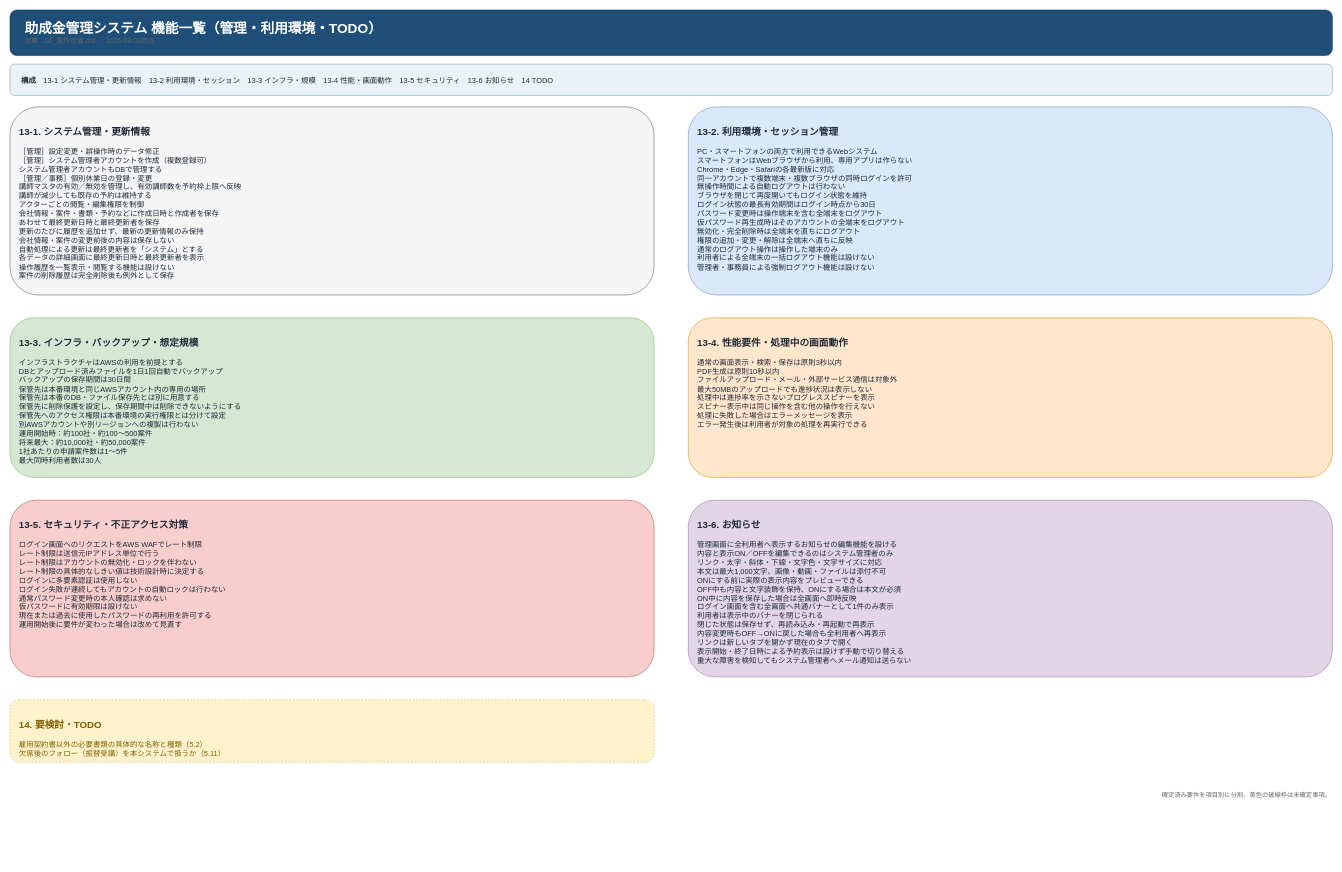
The draw.io diagram page "管理・利用環境・TODO" (2 of 2) of docs/設計/02_機能一覧.drawio in yokumura-buzzmedia/grant-management, before the edit. Source tidied: cells renumbered, new cells numbered last; positions are measured from the earlier drawing's top-left corner, leaving out a move shared by most shapes. Both pictures are drawn from the tidied source at 57%, with x=0, y=0 at pixel (10, 10).
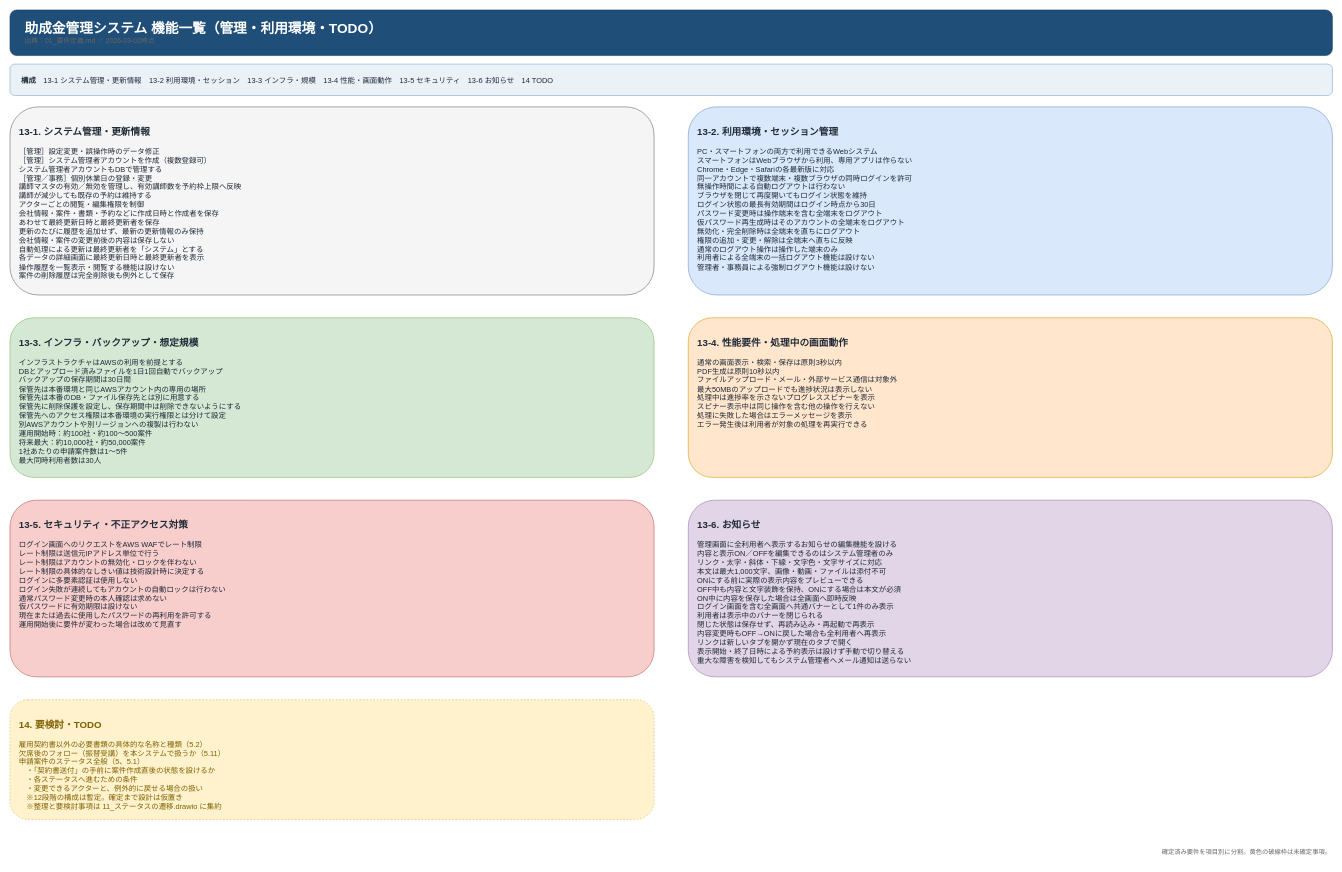
The same page after the edit.

Change to the diagram source:
```diff
@@
 <mxGraphModel>
   <root>
     <mxCell id="0" />
     <mxCell id="1" parent="0" />
     <mxCell id="2" value="&lt;b style=&quot;font-size:24px&quot;&gt;助成金管理システム 機能一覧（管理・利用環境・TODO）&lt;/b&gt;&lt;br&gt;&lt;span style=&quot;font-size:12px;color:#666666&quot;&gt;出典：01_要件定義.md ／ 2026-09-02時点&lt;/span&gt;" style="rounded=1;whiteSpace=wrap;html=1;fillColor=#1F4E78;strokeColor=#163A5C;fontColor=#FFFFFF;align=left;verticalAlign=middle;spacingLeft=24;" parent="1" vertex="1">
       <mxGeometry width="2320" height="80" as="geometry" />
     </mxCell>
     <mxCell id="3" value="&lt;b&gt;構成&lt;/b&gt;　13-1 システム管理・更新情報　13-2 利用環境・セッション　13-3 インフラ・規模　13-4 性能・画面動作　13-5 セキュリティ　13-6 お知らせ　14 TODO" style="rounded=1;whiteSpace=wrap;html=1;fillColor=#EAF2F8;strokeColor=#7EA6C4;fontColor=#1F2937;align=left;verticalAlign=middle;spacingLeft=18;fontSize=13;" parent="1" vertex="1">
       <mxGeometry y="95" width="2320" height="55" as="geometry" />
     </mxCell>
     <mxCell id="4" value="&lt;b style=&quot;font-size:17px&quot;&gt;13-1. システム管理・更新情報&lt;/b&gt;&lt;br&gt;&lt;br&gt;［管理］設定変更・誤操作時のデータ修正&lt;br&gt;［管理］システム管理者アカウントを作成（複数登録可）&lt;br&gt;システム管理者アカウントもDBで管理する&lt;br&gt;［管理／事務］個別休業日の登録・変更&lt;br&gt;講師マスタの有効／無効を管理し、有効講師数を予約枠上限へ反映&lt;br&gt;講師が減少しても既存の予約は維持する&lt;br&gt;アクターごとの閲覧・編集権限を制御&lt;br&gt;会社情報・案件・書類・予約などに作成日時と作成者を保存&lt;br&gt;あわせて最終更新日時と最終更新者を保存&lt;br&gt;更新のたびに履歴を追加せず、最新の更新情報のみ保持&lt;br&gt;会社情報・案件の変更前後の内容は保存しない&lt;br&gt;自動処理による更新は最終更新者を「システム」とする&lt;br&gt;各データの詳細画面に最終更新日時と最終更新者を表示&lt;br&gt;操作履歴を一覧表示・閲覧する機能は設けない&lt;br&gt;案件の削除履歴は完全削除後も例外として保存" style="rounded=1;whiteSpace=wrap;html=1;fillColor=#F5F5F5;strokeColor=#666666;fontColor=#1F2937;align=left;verticalAlign=top;spacing=16;spacingTop=14;fontSize=13;" parent="1" vertex="1">
       <mxGeometry y="170" width="1130" height="330" as="geometry" />
     </mxCell>
     <mxCell id="5" value="&lt;b style=&quot;font-size:17px&quot;&gt;13-2. 利用環境・セッション管理&lt;/b&gt;&lt;br&gt;&lt;br&gt;PC・スマートフォンの両方で利用できるWebシステム&lt;br&gt;スマートフォンはWebブラウザから利用、専用アプリは作らない&lt;br&gt;Chrome・Edge・Safariの各最新版に対応&lt;br&gt;同一アカウントで複数端末・複数ブラウザの同時ログインを許可&lt;br&gt;無操作時間による自動ログアウトは行わない&lt;br&gt;ブラウザを閉じて再度開いてもログイン状態を維持&lt;br&gt;ログイン状態の最長有効期間はログイン時点から30日&lt;br&gt;パスワード変更時は操作端末を含む全端末をログアウト&lt;br&gt;仮パスワード再生成時はそのアカウントの全端末をログアウト&lt;br&gt;無効化・完全削除時は全端末を直ちにログアウト&lt;br&gt;権限の追加・変更・解除は全端末へ直ちに反映&lt;br&gt;通常のログアウト操作は操作した端末のみ&lt;br&gt;利用者による全端末の一括ログアウト機能は設けない&lt;br&gt;管理者・事務員による強制ログアウト機能は設けない" style="rounded=1;whiteSpace=wrap;html=1;fillColor=#DAE8FC;strokeColor=#6C8EBF;fontColor=#1F2937;align=left;verticalAlign=top;spacing=16;spacingTop=14;fontSize=13;" parent="1" vertex="1">
       <mxGeometry x="1190" y="170" width="1130" height="330" as="geometry" />
     </mxCell>
     <mxCell id="6" value="&lt;b style=&quot;font-size:17px&quot;&gt;13-3. インフラ・バックアップ・想定規模&lt;/b&gt;&lt;br&gt;&lt;br&gt;インフラストラクチャはAWSの利用を前提とする&lt;br&gt;DBとアップロード済みファイルを1日1回自動でバックアップ&lt;br&gt;バックアップの保存期間は30日間&lt;br&gt;保管先は本番環境と同じAWSアカウント内の専用の場所&lt;br&gt;保管先は本番のDB・ファイル保存先とは別に用意する&lt;br&gt;保管先に削除保護を設定し、保存期間中は削除できないようにする&lt;br&gt;保管先へのアクセス権限は本番環境の実行権限とは分けて設定&lt;br&gt;別AWSアカウントや別リージョンへの複製は行わない&lt;br&gt;運用開始時：約100社・約100〜500案件&lt;br&gt;将来最大：約10,000社・約50,000案件&lt;br&gt;1社あたりの申請案件数は1〜5件&lt;br&gt;最大同時利用者数は30人" style="rounded=1;whiteSpace=wrap;html=1;fillColor=#D5E8D4;strokeColor=#82B366;fontColor=#1F2937;align=left;verticalAlign=top;spacing=16;spacingTop=14;fontSize=13;" parent="1" vertex="1">
       <mxGeometry y="540" width="1130" height="280" as="geometry" />
     </mxCell>
     <mxCell id="7" value="&lt;b style=&quot;font-size:17px&quot;&gt;13-4. 性能要件・処理中の画面動作&lt;/b&gt;&lt;br&gt;&lt;br&gt;通常の画面表示・検索・保存は原則3秒以内&lt;br&gt;PDF生成は原則10秒以内&lt;br&gt;ファイルアップロード・メール・外部サービス通信は対象外&lt;br&gt;最大50MBのアップロードでも進捗状況は表示しない&lt;br&gt;処理中は進捗率を示さないプログレススピナーを表示&lt;br&gt;スピナー表示中は同じ操作を含む他の操作を行えない&lt;br&gt;処理に失敗した場合はエラーメッセージを表示&lt;br&gt;エラー発生後は利用者が対象の処理を再実行できる" style="rounded=1;whiteSpace=wrap;html=1;fillColor=#FFE6CC;strokeColor=#D79B00;fontColor=#1F2937;align=left;verticalAlign=top;spacing=16;spacingTop=14;fontSize=13;" parent="1" vertex="1">
       <mxGeometry x="1190" y="540" width="1130" height="280" as="geometry" />
     </mxCell>
     <mxCell id="8" value="&lt;b style=&quot;font-size:17px&quot;&gt;13-5. セキュリティ・不正アクセス対策&lt;/b&gt;&lt;br&gt;&lt;br&gt;ログイン画面へのリクエストをAWS WAFでレート制限&lt;br&gt;レート制限は送信元IPアドレス単位で行う&lt;br&gt;レート制限はアカウントの無効化・ロックを伴わない&lt;br&gt;レート制限の具体的なしきい値は技術設計時に決定する&lt;br&gt;ログインに多要素認証は使用しない&lt;br&gt;ログイン失敗が連続してもアカウントの自動ロックは行わない&lt;br&gt;通常パスワード変更時の本人確認は求めない&lt;br&gt;仮パスワードに有効期限は設けない&lt;br&gt;現在または過去に使用したパスワードの再利用を許可する&lt;br&gt;運用開始後に要件が変わった場合は改めて見直す" style="rounded=1;whiteSpace=wrap;html=1;fillColor=#F8CECC;strokeColor=#B85450;fontColor=#1F2937;align=left;verticalAlign=top;spacing=16;spacingTop=14;fontSize=13;" parent="1" vertex="1">
       <mxGeometry y="860" width="1130" height="310" as="geometry" />
     </mxCell>
     <mxCell id="9" value="&lt;b style=&quot;font-size:17px&quot;&gt;13-6. お知らせ&lt;/b&gt;&lt;br&gt;&lt;br&gt;管理画面に全利用者へ表示するお知らせの編集機能を設ける&lt;br&gt;内容と表示ON／OFFを編集できるのはシステム管理者のみ&lt;br&gt;リンク・太字・斜体・下線・文字色・文字サイズに対応&lt;br&gt;本文は最大1,000文字、画像・動画・ファイルは添付不可&lt;br&gt;ONにする前に実際の表示内容をプレビューできる&lt;br&gt;OFF中も内容と文字装飾を保持、ONにする場合は本文が必須&lt;br&gt;ON中に内容を保存した場合は全画面へ即時反映&lt;br&gt;ログイン画面を含む全画面へ共通バナーとして1件のみ表示&lt;br&gt;利用者は表示中のバナーを閉じられる&lt;br&gt;閉じた状態は保存せず、再読み込み・再起動で再表示&lt;br&gt;内容変更時もOFF→ONに戻した場合も全利用者へ再表示&lt;br&gt;リンクは新しいタブを開かず現在のタブで開く&lt;br&gt;表示開始・終了日時による予約表示は設けず手動で切り替える&lt;br&gt;重大な障害を検知してもシステム管理者へメール通知は送らない" style="rounded=1;whiteSpace=wrap;html=1;fillColor=#E1D5E7;strokeColor=#9673A6;fontColor=#1F2937;align=left;verticalAlign=top;spacing=16;spacingTop=14;fontSize=13;" parent="1" vertex="1">
       <mxGeometry x="1190" y="860" width="1130" height="310" as="geometry" />
     </mxCell>
-    <mxCell id="10" value="&lt;b style=&quot;font-size:17px&quot;&gt;14. 要検討・TODO&lt;/b&gt;&lt;br&gt;&lt;br&gt;雇用契約書以外の必要書類の具体的な名称と種類（5.2）&lt;br&gt;欠席後のフォロー（振替受講）を本システムで扱うか（5.11）" style="rounded=1;whiteSpace=wrap;html=1;fillColor=#FFF2CC;strokeColor=#D6B656;dashed=1;fontColor=#7F6000;align=left;verticalAlign=top;spacing=16;spacingTop=14;fontSize=13;" parent="1" vertex="1">
-      <mxGeometry y="1210" width="1130" height="110" as="geometry" />
+    <mxCell id="10" value="&lt;b style=&quot;font-size:17px&quot;&gt;14. 要検討・TODO&lt;/b&gt;&lt;br&gt;&lt;br&gt;雇用契約書以外の必要書類の具体的な名称と種類（5.2）&lt;br&gt;欠席後のフォロー（振替受講）を本システムで扱うか（5.11）&lt;br&gt;申請案件のステータス全般（5、5.1）&lt;br&gt;　・「契約書送付」の手前に案件作成直後の状態を設けるか&lt;br&gt;　・各ステータスへ進むための条件&lt;br&gt;　・変更できるアクターと、例外的に戻せる場合の扱い&lt;br&gt;　※12段階の構成は暫定。確定まで設計は仮置き&lt;br&gt;　※整理と要検討事項は 11_ステータスの遷移.drawio に集約" style="rounded=1;whiteSpace=wrap;html=1;fillColor=#FFF2CC;strokeColor=#D6B656;dashed=1;fontColor=#7F6000;align=left;verticalAlign=top;spacing=16;spacingTop=14;fontSize=13;" parent="1" vertex="1">
+      <mxGeometry y="1210" width="1130" height="210" as="geometry" />
     </mxCell>
     <mxCell id="11" value="確定済み要件を項目別に分割。黄色の破線枠は未確定事項。" style="whiteSpace=wrap;html=1;strokeColor=none;fillColor=none;fontColor=#666666;align=right;fontSize=11;" parent="1" vertex="1">
-      <mxGeometry y="1360" width="2320" height="35" as="geometry" />
+      <mxGeometry y="1460" width="2320" height="35" as="geometry" />
     </mxCell>
   </root>
 </mxGraphModel>
```
